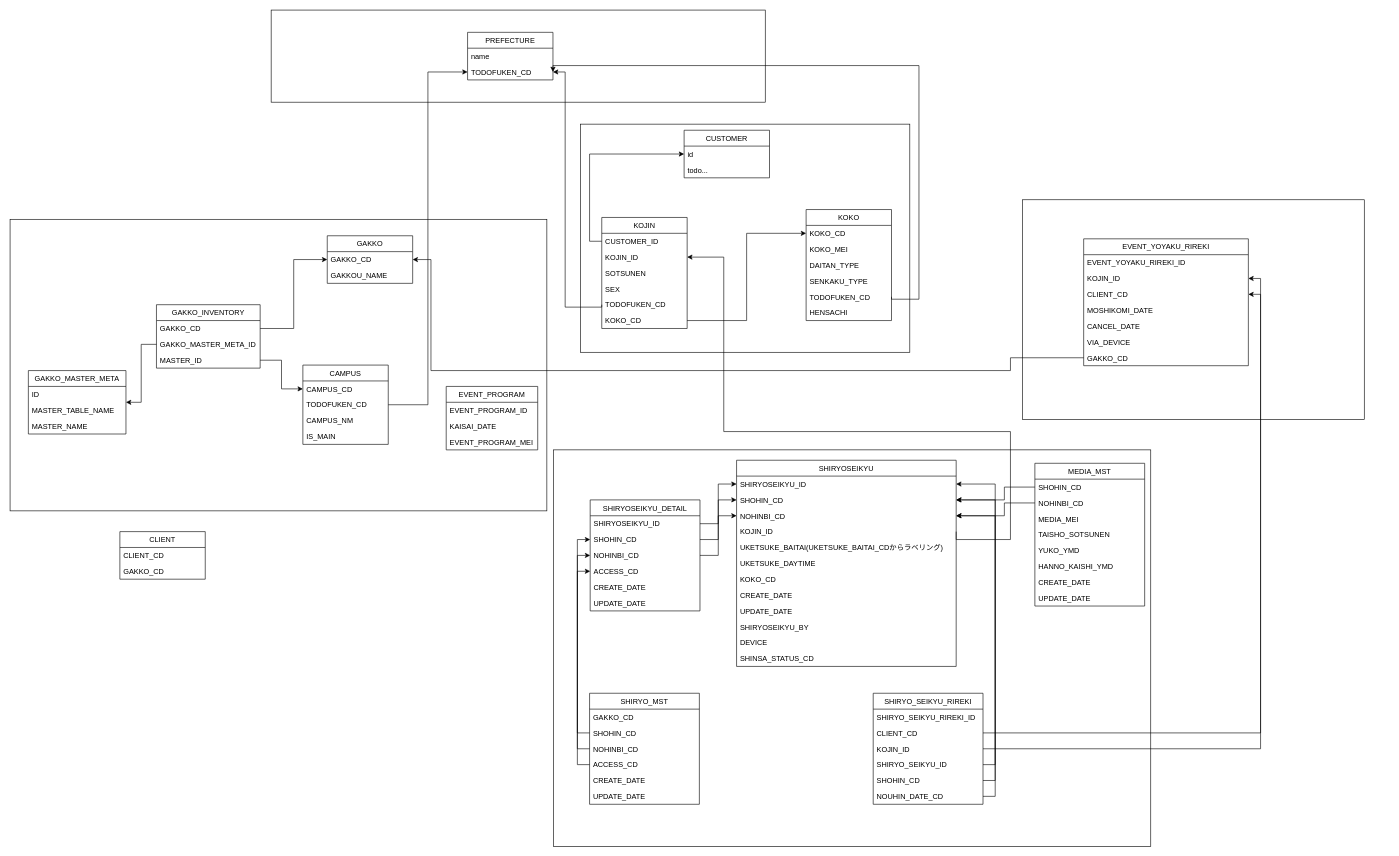
Above: page "Page-9" (9 of 9) of learning bloc.drawio in newuniverse/diagrams (draw.io), before the change. Source tidied: cells renumbered, new cells numbered last; positions are measured from the earlier drawing's top-left corner, leaving out a move shared by most shapes. Both pictures are drawn from the tidied source at 61%, with x=0, y=0 at pixel (10, 10).
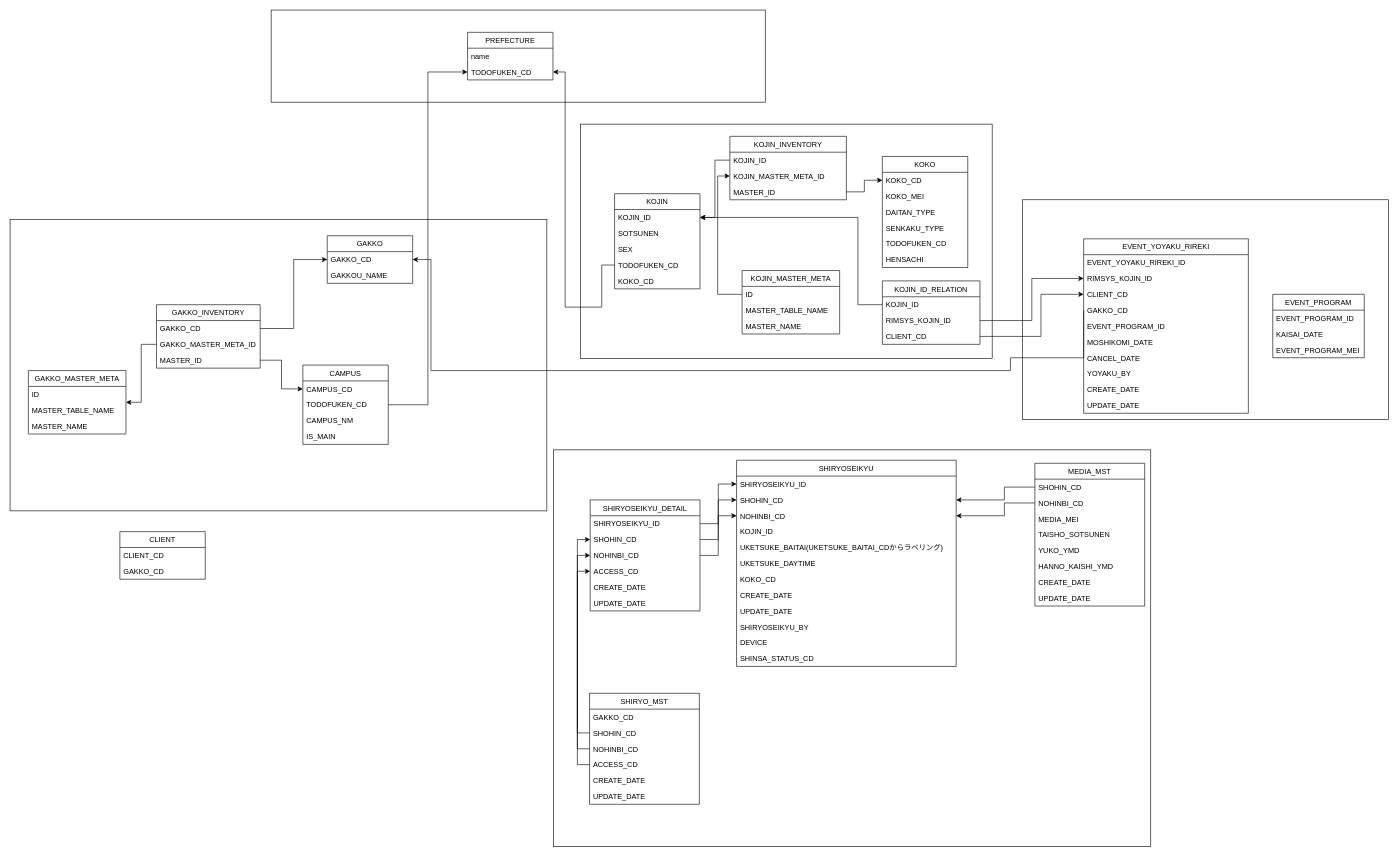
After the change.

The change refers to these unchanged cells:
```xml
<mxCell id="12" value="TODOFUKEN_CD" style="text;strokeColor=none;fillColor=none;align=left;verticalAlign=top;spacingLeft=4;spacingRight=4;overflow=hidden;points=[[0,0.5],[1,0.5]];portConstraint=eastwest;" parent="10" vertex="1">
  <mxGeometry y="52" width="140" height="26" as="geometry" />
</mxCell>
<mxCell id="31" value="KOKO_CD" style="text;strokeColor=none;fillColor=none;align=left;verticalAlign=top;spacingLeft=4;spacingRight=4;overflow=hidden;points=[[0,0.5],[1,0.5]];portConstraint=eastwest;" parent="30" vertex="1">
  <mxGeometry y="26" width="140" height="26" as="geometry" />
</mxCell>
<mxCell id="35" value="TODOFUKEN_CD" style="text;strokeColor=none;fillColor=none;align=left;verticalAlign=top;spacingLeft=4;spacingRight=4;overflow=hidden;points=[[0,0.5],[1,0.5]];portConstraint=eastwest;" parent="30" vertex="1">
  <mxGeometry y="130" width="140" height="26" as="geometry" />
</mxCell>
<mxCell id="41" value="SHIRYOSEIKYU_ID" style="text;strokeColor=none;fillColor=none;align=left;verticalAlign=top;spacingLeft=4;spacingRight=4;overflow=hidden;points=[[0,0.5],[1,0.5]];portConstraint=eastwest;" parent="40" vertex="1">
  <mxGeometry y="26" width="360" height="26" as="geometry" />
</mxCell>
<mxCell id="42" value="SHOHIN_CD" style="text;strokeColor=none;fillColor=none;align=left;verticalAlign=top;spacingLeft=4;spacingRight=4;overflow=hidden;points=[[0,0.5],[1,0.5]];portConstraint=eastwest;" parent="40" vertex="1">
  <mxGeometry y="52" width="360" height="26" as="geometry" />
</mxCell>
<mxCell id="43" value="NOHINBI_CD" style="text;strokeColor=none;fillColor=none;align=left;verticalAlign=top;spacingLeft=4;spacingRight=4;overflow=hidden;points=[[0,0.5],[1,0.5]];portConstraint=eastwest;" parent="40" vertex="1">
  <mxGeometry y="78" width="360" height="26" as="geometry" />
</mxCell>
<mxCell id="44" value="KOJIN_ID" style="text;strokeColor=none;fillColor=none;align=left;verticalAlign=top;spacingLeft=4;spacingRight=4;overflow=hidden;points=[[0,0.5],[1,0.5]];portConstraint=eastwest;" parent="40" vertex="1">
  <mxGeometry y="104" width="360" height="26" as="geometry" />
</mxCell>
<mxCell id="89" value="CLIENT_CD" style="text;strokeColor=none;fillColor=none;align=left;verticalAlign=top;spacingLeft=4;spacingRight=4;overflow=hidden;points=[[0,0.5],[1,0.5]];portConstraint=eastwest;" parent="86" vertex="1">
  <mxGeometry y="78" width="270" height="26" as="geometry" />
</mxCell>
```

The edit, as a diff of the source:
```diff
@@
     <mxCell id="2" style="rounded=0;whiteSpace=wrap;html=1;fillColor=#FFFFFF;" parent="1" vertex="1">
-      <mxGeometry x="1660" y="311" width="560" height="360" as="geometry" />
+      <mxGeometry x="1660" y="311" width="600" height="360" as="geometry" />
     </mxCell>
@@
     <mxCell id="5" style="rounded=0;whiteSpace=wrap;html=1;" parent="1" vertex="1">
-      <mxGeometry x="935" y="187" width="540" height="374" as="geometry" />
+      <mxGeometry x="935" y="187" width="675" height="384" as="geometry" />
     </mxCell>
@@
-    <mxCell id="19" value="CUSTOMER" style="swimlane;fontStyle=0;horizontal=1;startSize=26;fillColor=none;" parent="1" vertex="1">
-      <mxGeometry x="1105" y="197" width="140" height="78" as="geometry" />
-    </mxCell>
-    <mxCell id="20" value="id" style="text;strokeColor=none;fillColor=none;align=left;verticalAlign=top;spacingLeft=4;spacingRight=4;overflow=hidden;points=[[0,0.5],[1,0.5]];portConstraint=eastwest;" parent="19" vertex="1">
-      <mxGeometry y="26" width="140" height="26" as="geometry" />
-    </mxCell>
-    <mxCell id="21" value="todo...&#10;" style="text;strokeColor=none;fillColor=none;align=left;verticalAlign=top;spacingLeft=4;spacingRight=4;overflow=hidden;" parent="19" vertex="1">
-      <mxGeometry y="52" width="140" height="26" as="geometry" />
-    </mxCell>
     <mxCell id="22" value="KOJIN" style="swimlane;fontStyle=0;horizontal=1;startSize=26;fillColor=none;" parent="1" vertex="1">
-      <mxGeometry x="970" y="340" width="140" height="182" as="geometry" />
+      <mxGeometry x="991" y="301" width="140" height="156" as="geometry" />
     </mxCell>
-    <mxCell id="23" value="CUSTOMER_ID" style="text;strokeColor=none;fillColor=none;align=left;verticalAlign=top;spacingLeft=4;spacingRight=4;overflow=hidden;points=[[0,0.5],[1,0.5]];portConstraint=eastwest;" parent="22" vertex="1">
-      <mxGeometry y="26" width="140" height="26" as="geometry" />
-    </mxCell>
     <mxCell id="24" value="KOJIN_ID" style="text;strokeColor=none;fillColor=none;align=left;verticalAlign=top;spacingLeft=4;spacingRight=4;overflow=hidden;points=[[0,0.5],[1,0.5]];portConstraint=eastwest;" parent="22" vertex="1">
-      <mxGeometry y="52" width="140" height="26" as="geometry" />
+      <mxGeometry y="26" width="140" height="26" as="geometry" />
     </mxCell>
     <mxCell id="25" value="SOTSUNEN" style="text;strokeColor=none;fillColor=none;align=left;verticalAlign=top;spacingLeft=4;spacingRight=4;overflow=hidden;" parent="22" vertex="1">
-      <mxGeometry y="78" width="140" height="26" as="geometry" />
+      <mxGeometry y="52" width="140" height="26" as="geometry" />
     </mxCell>
     <mxCell id="26" value="SEX" style="text;strokeColor=none;fillColor=none;align=left;verticalAlign=top;spacingLeft=4;spacingRight=4;overflow=hidden;" parent="22" vertex="1">
-      <mxGeometry y="104" width="140" height="26" as="geometry" />
+      <mxGeometry y="78" width="140" height="26" as="geometry" />
     </mxCell>
     <mxCell id="27" value="TODOFUKEN_CD" style="text;strokeColor=none;fillColor=none;align=left;verticalAlign=top;spacingLeft=4;spacingRight=4;overflow=hidden;points=[[0,0.5],[1,0.5]];portConstraint=eastwest;" parent="22" vertex="1">
-      <mxGeometry y="130" width="140" height="26" as="geometry" />
+      <mxGeometry y="104" width="140" height="26" as="geometry" />
     </mxCell>
     <mxCell id="28" value="KOKO_CD" style="text;strokeColor=none;fillColor=none;align=left;verticalAlign=top;spacingLeft=4;spacingRight=4;overflow=hidden;points=[[0,0.5],[1,0.5]];portConstraint=eastwest;" parent="22" vertex="1">
-      <mxGeometry y="156" width="140" height="26" as="geometry" />
+      <mxGeometry y="130" width="140" height="26" as="geometry" />
     </mxCell>
-    <mxCell id="29" style="edgeStyle=orthogonalEdgeStyle;rounded=0;jettySize=auto;html=1;exitX=0;exitY=0.5;exitDx=0;exitDy=0;entryX=0;entryY=0.5;entryDx=0;entryDy=0;" parent="1" edge="1" source="23" target="20">
-      <mxGeometry relative="1" as="geometry" />
-    </mxCell>
     <mxCell id="30" value="KOKO" style="swimlane;fontStyle=0;horizontal=1;startSize=26;fillColor=none;" parent="1" vertex="1">
-      <mxGeometry x="1305" y="327" width="140" height="182" as="geometry" />
+      <mxGeometry x="1430" y="240" width="140" height="182" as="geometry" />
     </mxCell>
@@
-    <mxCell id="37" style="edgeStyle=orthogonalEdgeStyle;rounded=0;jettySize=auto;html=1;exitX=1;exitY=0.5;exitDx=0;exitDy=0;entryX=0;entryY=0.5;entryDx=0;entryDy=0;" parent="1" edge="1" source="28" target="31">
-      <mxGeometry relative="1" as="geometry" />
-    </mxCell>
@@
-    <mxCell id="39" style="edgeStyle=orthogonalEdgeStyle;rounded=0;jettySize=auto;html=1;exitX=1;exitY=0.5;exitDx=0;exitDy=0;entryX=1;entryY=0.5;entryDx=0;entryDy=0;" parent="1" edge="1" source="35" target="12">
-      <mxGeometry relative="1" as="geometry">
-        <Array as="points">
-          <mxPoint x="1445" y="474" />
-          <mxPoint x="1490" y="474" />
-          <mxPoint x="1490" y="91" />
-          <mxPoint x="890" y="91" />
-        </Array>
-      </mxGeometry>
-    </mxCell>
@@
-    <mxCell id="85" style="edgeStyle=orthogonalEdgeStyle;rounded=0;jettySize=auto;html=1;exitX=1;exitY=0.5;exitDx=0;exitDy=0;entryX=1;entryY=0.5;entryDx=0;entryDy=0;" parent="1" edge="1" source="44" target="24">
-      <mxGeometry relative="1" as="geometry">
-        <Array as="points">
-          <mxPoint x="1640" y="868" />
-          <mxPoint x="1640" y="691" />
-          <mxPoint x="1170" y="691" />
-          <mxPoint x="1170" y="405" />
-        </Array>
-      </mxGeometry>
-    </mxCell>
     <mxCell id="86" value="EVENT_YOYAKU_RIREKI" style="swimlane;fontStyle=0;horizontal=1;startSize=26;fillColor=none;" parent="1" vertex="1">
-      <mxGeometry x="1760" y="375" width="270" height="208" as="geometry" />
+      <mxGeometry x="1760" y="375" width="270" height="286" as="geometry" />
     </mxCell>
@@
-    <mxCell id="88" value="KOJIN_ID" style="text;strokeColor=none;fillColor=none;align=left;verticalAlign=top;spacingLeft=4;spacingRight=4;overflow=hidden;points=[[0,0.5],[1,0.5]];portConstraint=eastwest;" parent="86" vertex="1">
+    <mxCell id="88" value="RIMSYS_KOJIN_ID" style="text;strokeColor=none;fillColor=none;align=left;verticalAlign=top;spacingLeft=4;spacingRight=4;overflow=hidden;points=[[0,0.5],[1,0.5]];portConstraint=eastwest;" parent="86" vertex="1">
       <mxGeometry y="52" width="270" height="26" as="geometry" />
     </mxCell>
@@
+    <mxCell id="93" value="GAKKO_CD" style="text;strokeColor=none;fillColor=none;align=left;verticalAlign=top;spacingLeft=4;spacingRight=4;overflow=hidden;points=[[0,0.5],[1,0.5]];portConstraint=eastwest;" parent="86" vertex="1">
+      <mxGeometry y="104" width="270" height="26" as="geometry" />
+    </mxCell>
+    <mxCell id="124" value="EVENT_PROGRAM_ID" style="text;strokeColor=none;fillColor=none;align=left;verticalAlign=top;spacingLeft=4;spacingRight=4;overflow=hidden;" parent="86" vertex="1">
+      <mxGeometry y="130" width="270" height="26" as="geometry" />
+    </mxCell>
     <mxCell id="90" value="MOSHIKOMI_DATE" style="text;strokeColor=none;fillColor=none;align=left;verticalAlign=top;spacingLeft=4;spacingRight=4;overflow=hidden;" parent="86" vertex="1">
-      <mxGeometry y="104" width="270" height="26" as="geometry" />
+      <mxGeometry y="156" width="270" height="26" as="geometry" />
     </mxCell>
     <mxCell id="91" value="CANCEL_DATE" style="text;strokeColor=none;fillColor=none;align=left;verticalAlign=top;spacingLeft=4;spacingRight=4;overflow=hidden;" parent="86" vertex="1">
-      <mxGeometry y="130" width="270" height="26" as="geometry" />
+      <mxGeometry y="182" width="270" height="26" as="geometry" />
     </mxCell>
-    <mxCell id="92" value="VIA_DEVICE" style="text;strokeColor=none;fillColor=none;align=left;verticalAlign=top;spacingLeft=4;spacingRight=4;overflow=hidden;" parent="86" vertex="1">
-      <mxGeometry y="156" width="270" height="26" as="geometry" />
+    <mxCell id="92" value="YOYAKU_BY" style="text;strokeColor=none;fillColor=none;align=left;verticalAlign=top;spacingLeft=4;spacingRight=4;overflow=hidden;" parent="86" vertex="1">
+      <mxGeometry y="208" width="270" height="26" as="geometry" />
     </mxCell>
-    <mxCell id="93" value="GAKKO_CD" style="text;strokeColor=none;fillColor=none;align=left;verticalAlign=top;spacingLeft=4;spacingRight=4;overflow=hidden;points=[[0,0.5],[1,0.5]];portConstraint=eastwest;" parent="86" vertex="1">
-      <mxGeometry y="182" width="270" height="26" as="geometry" />
-    </mxCell>
+    <mxCell id="125" value="CREATE_DATE" style="text;strokeColor=none;fillColor=none;align=left;verticalAlign=top;spacingLeft=4;spacingRight=4;overflow=hidden;" parent="86" vertex="1">
+      <mxGeometry y="234" width="270" height="26" as="geometry" />
+    </mxCell>
+    <mxCell id="126" value="UPDATE_DATE" style="text;strokeColor=none;fillColor=none;align=left;verticalAlign=top;spacingLeft=4;spacingRight=4;overflow=hidden;" parent="86" vertex="1">
+      <mxGeometry y="260" width="270" height="26" as="geometry" />
+    </mxCell>
     <mxCell id="94" value="EVENT_PROGRAM" style="swimlane;fontStyle=0;horizontal=1;startSize=26;fillColor=none;" parent="1" vertex="1">
-      <mxGeometry x="715" y="617" width="150" height="104" as="geometry" />
+      <mxGeometry x="2070" y="466" width="150" height="104" as="geometry" />
     </mxCell>
@@
-    <mxCell id="99" value="SHIRYO_SEIKYU_RIREKI" style="swimlane;fontStyle=0;horizontal=1;startSize=26;fillColor=none;" parent="1" vertex="1">
-      <mxGeometry x="1415" y="1120" width="180" height="182" as="geometry" />
-    </mxCell>
-    <mxCell id="100" value="SHIRYO_SEIKYU_RIREKI_ID" style="text;strokeColor=none;fillColor=none;align=left;verticalAlign=top;spacingLeft=4;spacingRight=4;overflow=hidden;" parent="99" vertex="1">
-      <mxGeometry y="26" width="180" height="26" as="geometry" />
-    </mxCell>
-    <mxCell id="101" value="CLIENT_CD" style="text;strokeColor=none;fillColor=none;align=left;verticalAlign=top;spacingLeft=4;spacingRight=4;overflow=hidden;points=[[0,0.5],[1,0.5]];portConstraint=eastwest;" parent="99" vertex="1">
-      <mxGeometry y="52" width="180" height="26" as="geometry" />
-    </mxCell>
-    <mxCell id="102" value="KOJIN_ID" style="text;strokeColor=none;fillColor=none;align=left;verticalAlign=top;spacingLeft=4;spacingRight=4;overflow=hidden;points=[[0,0.5],[1,0.5]];portConstraint=eastwest;" parent="99" vertex="1">
-      <mxGeometry y="78" width="180" height="26" as="geometry" />
-    </mxCell>
-    <mxCell id="103" value="SHIRYO_SEIKYU_ID" style="text;strokeColor=none;fillColor=none;align=left;verticalAlign=top;spacingLeft=4;spacingRight=4;overflow=hidden;points=[[0,0.5],[1,0.5]];portConstraint=eastwest;" parent="99" vertex="1">
-      <mxGeometry y="104" width="180" height="26" as="geometry" />
-    </mxCell>
-    <mxCell id="104" value="SHOHIN_CD" style="text;strokeColor=none;fillColor=none;align=left;verticalAlign=top;spacingLeft=4;spacingRight=4;overflow=hidden;points=[[0,0.5],[1,0.5]];portConstraint=eastwest;" parent="99" vertex="1">
-      <mxGeometry y="130" width="180" height="26" as="geometry" />
-    </mxCell>
-    <mxCell id="105" value="NOUHIN_DATE_CD" style="text;strokeColor=none;fillColor=none;align=left;verticalAlign=top;spacingLeft=4;spacingRight=4;overflow=hidden;points=[[0,0.5],[1,0.5]];portConstraint=eastwest;" parent="99" vertex="1">
-      <mxGeometry y="156" width="180" height="26" as="geometry" />
-    </mxCell>
-    <mxCell id="106" style="edgeStyle=orthogonalEdgeStyle;rounded=0;jettySize=auto;html=1;exitX=1;exitY=0.5;exitDx=0;exitDy=0;entryX=1;entryY=0.5;entryDx=0;entryDy=0;" parent="1" edge="1" source="102" target="88">
-      <mxGeometry relative="1" as="geometry" />
-    </mxCell>
-    <mxCell id="107" style="edgeStyle=orthogonalEdgeStyle;rounded=0;jettySize=auto;html=1;exitX=1;exitY=0.5;exitDx=0;exitDy=0;entryX=1;entryY=0.5;entryDx=0;entryDy=0;" parent="1" edge="1" source="101" target="89">
-      <mxGeometry relative="1" as="geometry" />
-    </mxCell>
-    <mxCell id="108" style="edgeStyle=orthogonalEdgeStyle;rounded=0;jettySize=auto;html=1;exitX=1;exitY=0.5;exitDx=0;exitDy=0;entryX=1;entryY=0.5;entryDx=0;entryDy=0;" parent="1" edge="1" source="103" target="41">
-      <mxGeometry relative="1" as="geometry" />
-    </mxCell>
-    <mxCell id="109" style="edgeStyle=orthogonalEdgeStyle;rounded=0;jettySize=auto;html=1;exitX=1;exitY=0.5;exitDx=0;exitDy=0;entryX=1;entryY=0.5;entryDx=0;entryDy=0;" parent="1" edge="1" source="104" target="42">
-      <mxGeometry relative="1" as="geometry" />
-    </mxCell>
-    <mxCell id="110" style="edgeStyle=orthogonalEdgeStyle;rounded=0;jettySize=auto;html=1;exitX=1;exitY=0.5;exitDx=0;exitDy=0;entryX=1;entryY=0.5;entryDx=0;entryDy=0;" parent="1" edge="1" source="105" target="43">
-      <mxGeometry relative="1" as="geometry" />
-    </mxCell>
@@
+    <mxCell id="127" value="KOJIN_INVENTORY" style="swimlane;fontStyle=0;horizontal=1;startSize=26;fillColor=none;" parent="1" vertex="1">
+      <mxGeometry x="1180" y="207" width="191" height="104" as="geometry" />
+    </mxCell>
+    <mxCell id="128" value="KOJIN_ID" style="text;strokeColor=none;fillColor=none;align=left;verticalAlign=top;spacingLeft=4;spacingRight=4;overflow=hidden;points=[[0,0.5],[1,0.5]];portConstraint=eastwest;" parent="127" vertex="1">
+      <mxGeometry y="26" width="191" height="26" as="geometry" />
+    </mxCell>
+    <mxCell id="129" value="KOJIN_MASTER_META_ID" style="text;strokeColor=none;fillColor=none;align=left;verticalAlign=top;spacingLeft=4;spacingRight=4;overflow=hidden;points=[[0,0.5],[1,0.5]];portConstraint=eastwest;" parent="127" vertex="1">
+      <mxGeometry y="52" width="191" height="26" as="geometry" />
+    </mxCell>
+    <mxCell id="130" value="MASTER_ID&#10;" style="text;strokeColor=none;fillColor=none;align=left;verticalAlign=top;spacingLeft=4;spacingRight=4;overflow=hidden;points=[[0,0.5],[1,0.5]];portConstraint=eastwest;" parent="127" vertex="1">
+      <mxGeometry y="78" width="191" height="26" as="geometry" />
+    </mxCell>
+    <mxCell id="131" style="edgeStyle=orthogonalEdgeStyle;rounded=0;jettySize=auto;html=1;exitX=1;exitY=0.5;exitDx=0;exitDy=0;entryX=0;entryY=0.5;entryDx=0;entryDy=0;" parent="1" edge="1" source="130" target="31">
+      <mxGeometry relative="1" as="geometry" />
+    </mxCell>
+    <mxCell id="132" style="edgeStyle=orthogonalEdgeStyle;rounded=0;jettySize=auto;html=1;exitX=0;exitY=0.5;exitDx=0;exitDy=0;entryX=1;entryY=0.5;entryDx=0;entryDy=0;" parent="1" edge="1" source="128" target="24">
+      <mxGeometry relative="1" as="geometry" />
+    </mxCell>
+    <mxCell id="133" value="KOJIN_MASTER_META" style="swimlane;fontStyle=0;horizontal=1;startSize=26;fillColor=none;" parent="1" vertex="1">
+      <mxGeometry x="1200" y="427" width="160" height="104" as="geometry" />
+    </mxCell>
+    <mxCell id="134" value="ID" style="text;strokeColor=none;fillColor=none;align=left;verticalAlign=top;spacingLeft=4;spacingRight=4;overflow=hidden;points=[[0,0.5],[1,0.5]];portConstraint=eastwest;" parent="133" vertex="1">
+      <mxGeometry y="26" width="160" height="26" as="geometry" />
+    </mxCell>
+    <mxCell id="135" value="MASTER_TABLE_NAME" style="text;strokeColor=none;fillColor=none;align=left;verticalAlign=top;spacingLeft=4;spacingRight=4;overflow=hidden;" parent="133" vertex="1">
+      <mxGeometry y="52" width="160" height="26" as="geometry" />
+    </mxCell>
+    <mxCell id="136" value="MASTER_NAME" style="text;strokeColor=none;fillColor=none;align=left;verticalAlign=top;spacingLeft=4;spacingRight=4;overflow=hidden;" parent="133" vertex="1">
+      <mxGeometry y="78" width="160" height="26" as="geometry" />
+    </mxCell>
+    <mxCell id="137" style="edgeStyle=orthogonalEdgeStyle;rounded=0;jettySize=auto;html=1;exitX=0;exitY=0.5;exitDx=0;exitDy=0;entryX=0;entryY=0.5;entryDx=0;entryDy=0;" parent="1" edge="1" source="134" target="129">
+      <mxGeometry relative="1" as="geometry" />
+    </mxCell>
+    <mxCell id="138" value="KOJIN_ID_RELATION" style="swimlane;fontStyle=0;horizontal=1;startSize=26;fillColor=none;" parent="1" vertex="1">
+      <mxGeometry x="1430" y="444" width="160" height="104" as="geometry" />
+    </mxCell>
+    <mxCell id="139" value="KOJIN_ID" style="text;strokeColor=none;fillColor=none;align=left;verticalAlign=top;spacingLeft=4;spacingRight=4;overflow=hidden;points=[[0,0.5],[1,0.5]];portConstraint=eastwest;" parent="138" vertex="1">
+      <mxGeometry y="26" width="160" height="26" as="geometry" />
+    </mxCell>
+    <mxCell id="140" value="RIMSYS_KOJIN_ID" style="text;strokeColor=none;fillColor=none;align=left;verticalAlign=top;spacingLeft=4;spacingRight=4;overflow=hidden;points=[[0,0.5],[1,0.5]];portConstraint=eastwest;" parent="138" vertex="1">
+      <mxGeometry y="52" width="160" height="26" as="geometry" />
+    </mxCell>
+    <mxCell id="101" value="CLIENT_CD" style="text;strokeColor=none;fillColor=none;align=left;verticalAlign=top;spacingLeft=4;spacingRight=4;overflow=hidden;points=[[0,0.5],[1,0.5]];portConstraint=eastwest;" parent="138" vertex="1">
+      <mxGeometry y="78" width="160" height="26" as="geometry" />
+    </mxCell>
+    <mxCell id="141" style="edgeStyle=orthogonalEdgeStyle;rounded=0;jettySize=auto;html=1;exitX=0;exitY=0.5;exitDx=0;exitDy=0;entryX=1;entryY=0.5;entryDx=0;entryDy=0;" parent="1" edge="1" source="139" target="24">
+      <mxGeometry relative="1" as="geometry">
+        <Array as="points">
+          <mxPoint x="1390" y="483" />
+          <mxPoint x="1390" y="340" />
+        </Array>
+      </mxGeometry>
+    </mxCell>
+    <mxCell id="142" style="edgeStyle=orthogonalEdgeStyle;rounded=0;jettySize=auto;html=1;exitX=1;exitY=0.5;exitDx=0;exitDy=0;entryX=0;entryY=0.5;entryDx=0;entryDy=0;" parent="1" edge="1" source="140" target="88">
+      <mxGeometry relative="1" as="geometry" />
+    </mxCell>
+    <mxCell id="107" style="edgeStyle=orthogonalEdgeStyle;rounded=0;jettySize=auto;html=1;exitX=1;exitY=0.5;exitDx=0;exitDy=0;entryX=0;entryY=0.5;entryDx=0;entryDy=0;" parent="1" edge="1" source="101" target="89">
+      <mxGeometry relative="1" as="geometry">
+        <Array as="points">
+          <mxPoint x="1690" y="535" />
+          <mxPoint x="1690" y="466" />
+        </Array>
+      </mxGeometry>
+    </mxCell>
```
